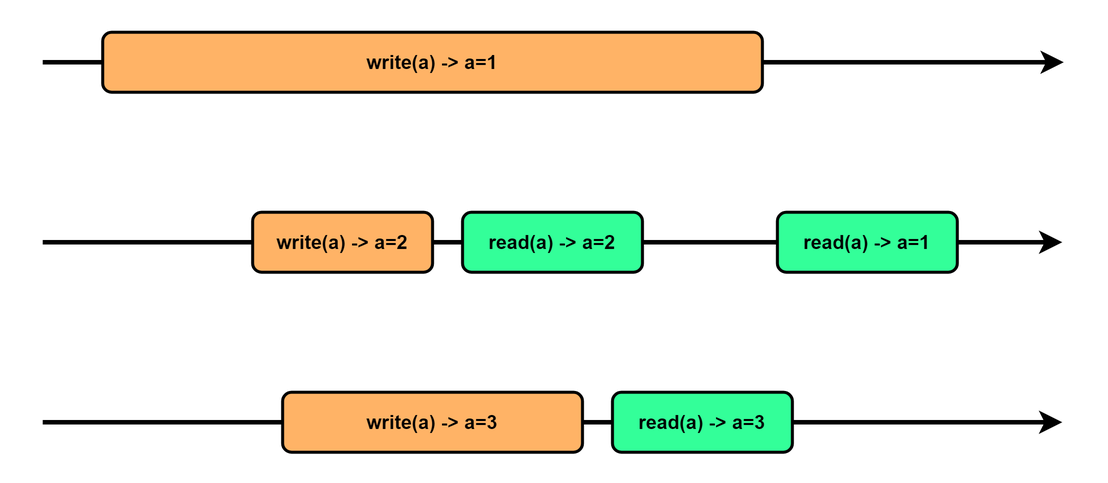
Before: rpc/sequential.png, a diagram exported from draw.io (maling-one/img). Source tidied: cells renumbered, new cells last; positions are measured from the earlier drawing's top-left corner, leaving out a move shared by most shapes.
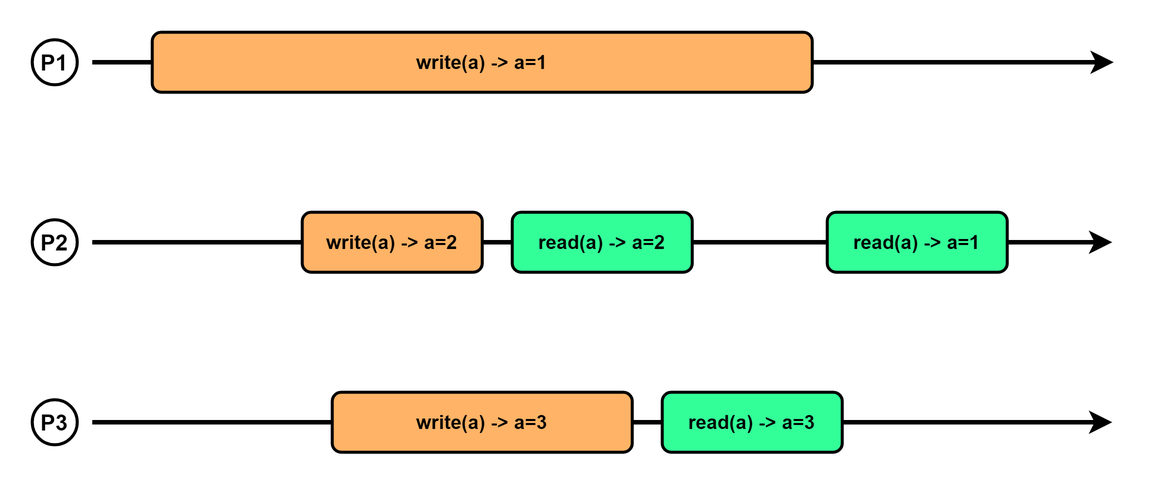
After the commit.

The edit, as a diff of the source:
```diff
@@ -49,5 +49,14 @@
     <mxCell id="13" value="&lt;b&gt;&lt;font style=&quot;font-size: 13px&quot;&gt;read(a) -&amp;gt; a=2&lt;/font&gt;&lt;/b&gt;" style="rounded=1;whiteSpace=wrap;html=1;fillColor=#33FF99;" parent="1" vertex="1">
       <mxGeometry x="280" y="120" width="120" height="40" as="geometry" />
     </mxCell>
+    <mxCell id="14" value="&lt;b&gt;&lt;font style=&quot;font-size: 15px&quot;&gt;P1&lt;/font&gt;&lt;/b&gt;" style="ellipse;whiteSpace=wrap;html=1;" parent="1" vertex="1">
+      <mxGeometry x="-40" y="5" width="30" height="30" as="geometry" />
+    </mxCell>
+    <mxCell id="15" value="&lt;b&gt;&lt;font style=&quot;font-size: 15px&quot;&gt;P2&lt;/font&gt;&lt;/b&gt;" style="ellipse;whiteSpace=wrap;html=1;" parent="1" vertex="1">
+      <mxGeometry x="-40" y="125" width="30" height="30" as="geometry" />
+    </mxCell>
+    <mxCell id="16" value="&lt;b&gt;&lt;font style=&quot;font-size: 15px&quot;&gt;P3&lt;/font&gt;&lt;/b&gt;" style="ellipse;whiteSpace=wrap;html=1;" parent="1" vertex="1">
+      <mxGeometry x="-40" y="245" width="30" height="30" as="geometry" />
+    </mxCell>
   </root>
 </mxGraphModel>
```
